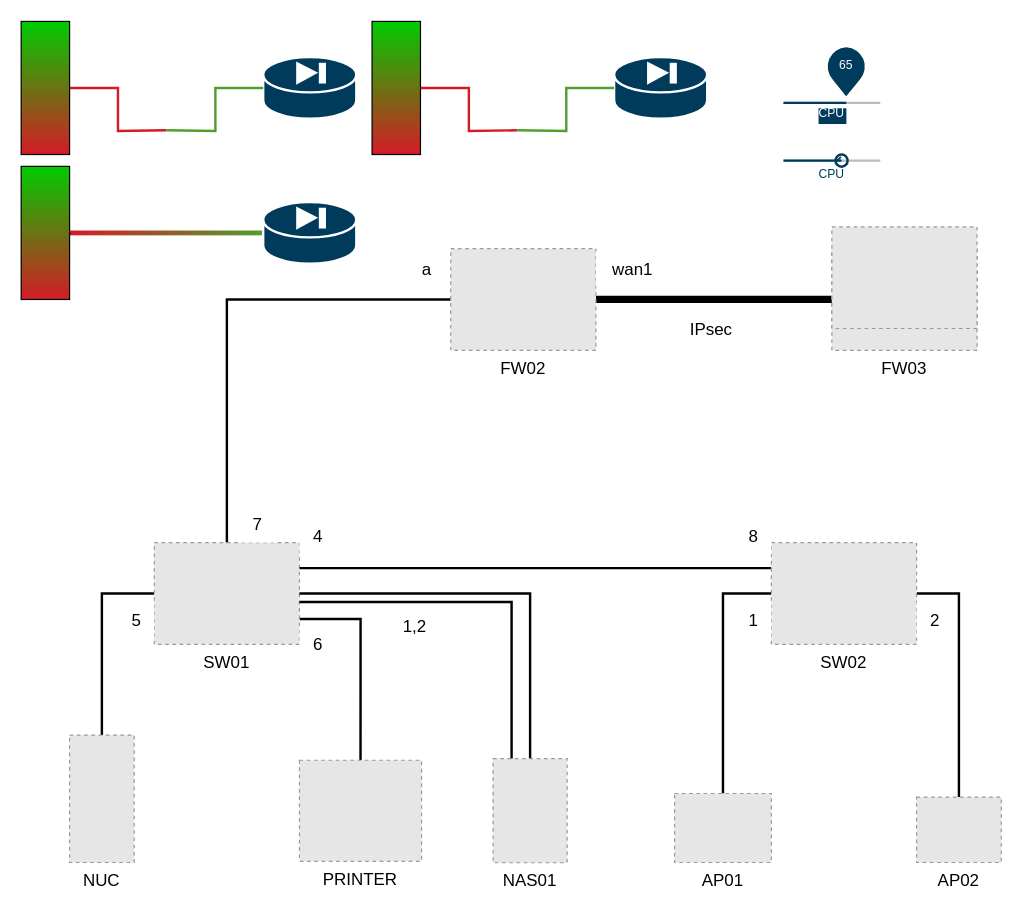
The draw.io diagram Network Topology 2_test1.drawio in Empakt/Draw.io_Stuff, before the edit. Source tidied: cells renumbered, new cells numbered last; positions are measured from the earlier drawing's top-left corner, leaving out a move shared by most shapes. Both pictures are drawn from the tidied source at 121%, with x=0, y=0 at pixel (21, 21). Pictures stored in the file or linked from it are replaced by grey dashed boxes.
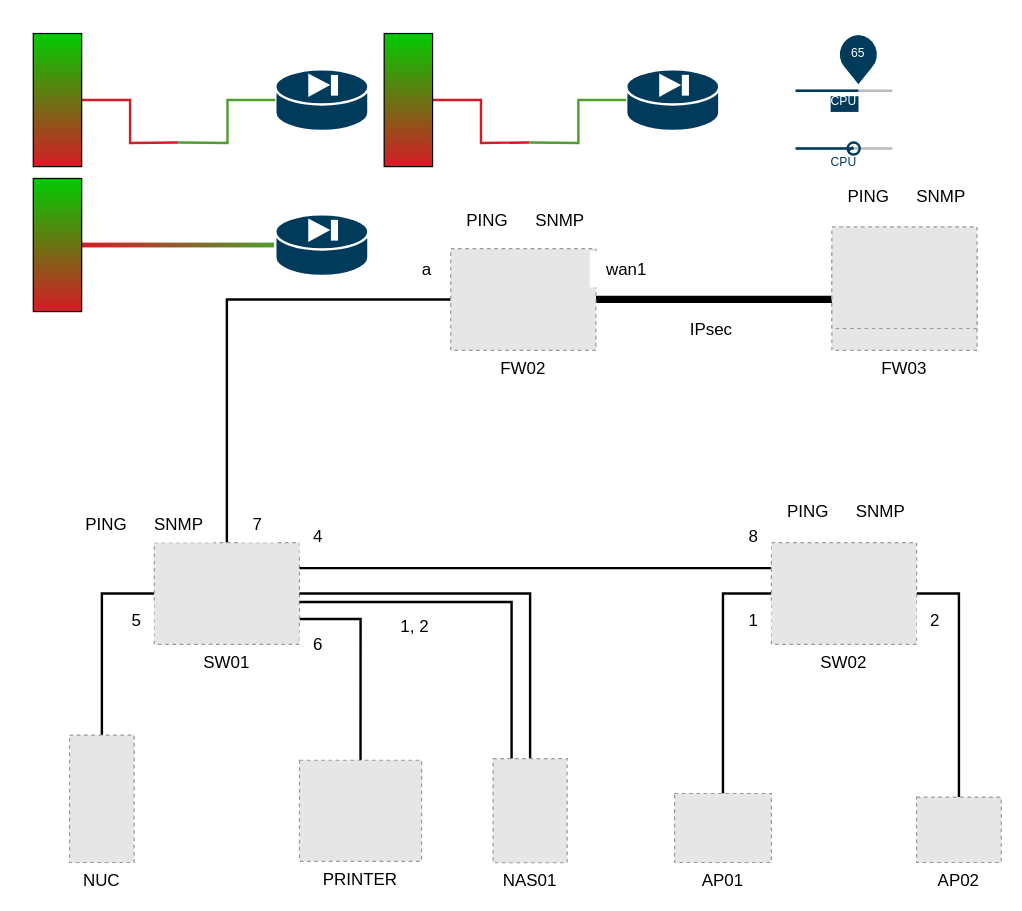
The same page after the edit.

Diff of the diagram source:
```diff
@@
-    <mxCell id="2" style="whiteSpace=wrap;html=1;gradientColor=#D51B26;fillColor=#509E2F;strokeColor=none;rotation=0;perimeter=rectanglePerimeter;fixDash=0;comic=0;gradientDirection=west;" parent="1" vertex="1">
-      <mxGeometry x="40" y="173" width="160" height="4" as="geometry" />
-    </mxCell>
@@
     <mxCell id="8" value="wan1" style="text;html=1;align=center;verticalAlign=middle;strokeColor=none;fillColor=#FFFFFF;fontSize=14;" parent="1" vertex="1">
-      <mxGeometry x="475" y="190" width="60" height="30" as="geometry" />
+      <mxGeometry x="470" y="190" width="60" height="30" as="geometry" />
     </mxCell>
@@
-    <mxCell id="26" value="1,2" style="text;html=1;align=center;verticalAlign=middle;strokeColor=none;fillColor=#FFFFFF;fontSize=14;" parent="1" vertex="1">
-      <mxGeometry x="305" y="485" width="40" height="30" as="geometry" />
+    <mxCell id="26" value="1, 2" style="text;html=1;align=center;verticalAlign=middle;strokeColor=none;fillColor=#FFFFFF;fontSize=14;" parent="1" vertex="1">
+      <mxGeometry x="300" y="485" width="50" height="30" as="geometry" />
     </mxCell>
@@
-    <mxCell id="33" style="shape=mxgraph.cisco.security.pix_firewall;sketch=0;html=1;dashed=0;fillColor=#003B5C;strokeColor=#ffffff;strokeWidth=2;verticalLabelPosition=bottom;verticalAlign=top;align=center;outlineConnect=0;" parent="1" vertex="1">
-      <mxGeometry x="200" y="29.7" width="77" height="51" as="geometry" />
-    </mxCell>
-    <mxCell id="34" style="edgeStyle=orthogonalEdgeStyle;jettySize=auto;html=1;exitX=1;exitY=0.5;exitDx=0;exitDy=0;strokeWidth=2;endArrow=none;endFill=0;sketch=0;startFill=1;flowAnimation=1;noJump=0;enumerate=0;comic=0;backgroundOutline=0;fixDash=0;rounded=0;jumpStyle=none;strokeColor=#D51B26;" parent="1" edge="1" source="35">
-      <mxGeometry relative="1" as="geometry">
-        <mxPoint x="120" y="90.2" as="targetPoint" />
-      </mxGeometry>
-    </mxCell>
-    <mxCell id="35" style="whiteSpace=wrap;html=1;gradientColor=#D51B26;fillColor=#00CC00;" parent="1" vertex="1">
-      <mxGeometry y="0.2" width="40" height="110" as="geometry" />
-    </mxCell>
+    <mxCell id="45" value="PING" style="text;html=1;align=center;verticalAlign=middle;strokeColor=none;fillColor=#FFFFFF;fontSize=14;" parent="1" vertex="1">
+      <mxGeometry x="355" y="150" width="60" height="30" as="geometry" />
+    </mxCell>
+    <mxCell id="46" value="SNMP" style="text;html=1;align=center;verticalAlign=middle;strokeColor=none;fillColor=#FFFFFF;fontSize=14;" parent="1" vertex="1">
+      <mxGeometry x="415" y="150" width="60" height="30" as="geometry" />
+    </mxCell>
+    <mxCell id="47" value="PING" style="text;html=1;align=center;verticalAlign=middle;strokeColor=none;fillColor=#FFFFFF;fontSize=14;" parent="1" vertex="1">
+      <mxGeometry x="670" y="130" width="60" height="30" as="geometry" />
+    </mxCell>
+    <mxCell id="48" value="SNMP" style="text;html=1;align=center;verticalAlign=middle;strokeColor=none;fillColor=#FFFFFF;fontSize=14;" parent="1" vertex="1">
+      <mxGeometry x="730" y="130" width="60" height="30" as="geometry" />
+    </mxCell>
+    <mxCell id="49" value="PING" style="text;html=1;align=center;verticalAlign=middle;strokeColor=none;fillColor=#FFFFFF;fontSize=14;" parent="1" vertex="1">
+      <mxGeometry x="620" y="390" width="60" height="30" as="geometry" />
+    </mxCell>
+    <mxCell id="50" value="SNMP" style="text;html=1;align=center;verticalAlign=middle;strokeColor=none;fillColor=#FFFFFF;fontSize=14;" parent="1" vertex="1">
+      <mxGeometry x="680" y="390" width="60" height="30" as="geometry" />
+    </mxCell>
+    <mxCell id="51" value="PING" style="text;html=1;align=center;verticalAlign=middle;strokeColor=none;fillColor=#FFFFFF;fontSize=14;" parent="1" vertex="1">
+      <mxGeometry x="40" y="401" width="60" height="30" as="geometry" />
+    </mxCell>
+    <mxCell id="52" value="SNMP" style="text;html=1;align=center;verticalAlign=middle;strokeColor=none;fillColor=#FFFFFF;fontSize=14;" parent="1" vertex="1">
+      <mxGeometry x="100" y="401" width="60" height="30" as="geometry" />
+    </mxCell>
+    <mxCell id="53" style="whiteSpace=wrap;html=1;gradientColor=#D51B26;fillColor=#509E2F;strokeColor=none;rotation=0;perimeter=rectanglePerimeter;fixDash=0;comic=0;gradientDirection=west;" parent="1" vertex="1">
+      <mxGeometry x="50" y="183" width="160" height="4" as="geometry" />
+    </mxCell>
+    <mxCell id="54" style="shape=mxgraph.cisco.security.pix_firewall;sketch=0;html=1;dashed=0;fillColor=#003B5C;strokeColor=#ffffff;strokeWidth=2;verticalLabelPosition=bottom;verticalAlign=top;align=center;outlineConnect=0;" parent="1" vertex="1">
+      <mxGeometry x="210" y="39.7" width="77" height="51" as="geometry" />
+    </mxCell>
+    <mxCell id="55" style="edgeStyle=orthogonalEdgeStyle;jettySize=auto;html=1;exitX=1;exitY=0.5;exitDx=0;exitDy=0;strokeWidth=2;endArrow=none;endFill=0;sketch=0;startFill=1;flowAnimation=1;noJump=0;enumerate=0;comic=0;backgroundOutline=0;fixDash=0;rounded=0;jumpStyle=none;strokeColor=#D51B26;" parent="1" edge="1" source="56">
+      <mxGeometry relative="1" as="geometry">
+        <mxPoint x="130" y="100.2" as="targetPoint" />
+      </mxGeometry>
+    </mxCell>
+    <mxCell id="56" style="whiteSpace=wrap;html=1;gradientColor=#D51B26;fillColor=#00CC00;" parent="1" vertex="1">
+      <mxGeometry x="10" y="10.2" width="40" height="110" as="geometry" />
+    </mxCell>
     <mxCell id="36" value="CPU" style="dashed=0;verticalLabelPosition=bottom;verticalAlign=top;align=center;shape=mxgraph.gmdl.sliderDiscrete;barPos=64.86;strokeColor=#003B5C;opacity=100;strokeWidth=2;fillColor=#003B5C;handleSize=10;shadow=0;fontSize=10;fontColor=#FFFFFF;rotation=0;spacingTop=14;labelBackgroundColor=#003B5C;" parent="1" vertex="1">
-      <mxGeometry x="630" y="40" width="80" height="10" as="geometry" />
+      <mxGeometry x="640" y="30" width="80" height="10" as="geometry" />
     </mxCell>
     <mxCell id="37" value="CPU" style="dashed=0;verticalLabelPosition=bottom;verticalAlign=top;align=center;shape=mxgraph.gmdl.slider2;barPos=60;strokeColor=#003B5C;opacity=100;strokeWidth=2;fillColor=#003B5C;handleSize=10;shadow=0;sketch=0;fillStyle=dashed;fontColor=#003B5C;labelBackgroundColor=none;spacingTop=-6;fontSize=10;" parent="1" vertex="1">
-      <mxGeometry x="630" y="110.5" width="80" height="9.5" as="geometry" />
+      <mxGeometry x="640" y="100.5" width="80" height="9.5" as="geometry" />
     </mxCell>
-    <mxCell id="38" style="edgeStyle=orthogonalEdgeStyle;rounded=0;jettySize=auto;html=1;strokeWidth=2;endArrow=none;endFill=0;sketch=0;startFill=1;flowAnimation=1;noJump=0;enumerate=0;comic=0;backgroundOutline=0;fixDash=0;entryX=0;entryY=0.5;entryDx=0;entryDy=0;entryPerimeter=0;strokeColor=#509E2F;anchorPointDirection=1;" parent="1" edge="1" target="33">
-      <mxGeometry relative="1" as="geometry">
-        <mxPoint x="120" y="90.2" as="sourcePoint" />
-      </mxGeometry>
-    </mxCell>
-    <mxCell id="39" style="shape=mxgraph.cisco.security.pix_firewall;sketch=0;html=1;dashed=0;fillColor=#003B5C;strokeColor=#ffffff;strokeWidth=2;verticalLabelPosition=bottom;verticalAlign=top;align=center;outlineConnect=0;" parent="1" vertex="1">
-      <mxGeometry x="490" y="29.7" width="77" height="51" as="geometry" />
-    </mxCell>
-    <mxCell id="40" style="edgeStyle=orthogonalEdgeStyle;jettySize=auto;html=1;exitX=1;exitY=0.5;exitDx=0;exitDy=0;strokeWidth=2;endArrow=none;endFill=0;sketch=0;startFill=1;flowAnimation=0;noJump=0;enumerate=0;comic=0;backgroundOutline=0;fixDash=0;rounded=0;jumpStyle=none;strokeColor=#D51B26;" parent="1" edge="1" source="41">
-      <mxGeometry relative="1" as="geometry">
-        <mxPoint x="410" y="90.2" as="targetPoint" />
-      </mxGeometry>
-    </mxCell>
-    <mxCell id="41" style="whiteSpace=wrap;html=1;gradientColor=#D51B26;fillColor=#00CC00;" parent="1" vertex="1">
-      <mxGeometry x="290" y="0.2" width="40" height="110" as="geometry" />
-    </mxCell>
-    <mxCell id="42" style="edgeStyle=orthogonalEdgeStyle;rounded=0;jettySize=auto;html=1;strokeWidth=2;endArrow=none;endFill=0;sketch=0;startFill=1;flowAnimation=0;noJump=0;enumerate=0;comic=0;backgroundOutline=0;fixDash=0;entryX=0;entryY=0.5;entryDx=0;entryDy=0;entryPerimeter=0;strokeColor=#509E2F;anchorPointDirection=1;" parent="1" edge="1" target="39">
-      <mxGeometry relative="1" as="geometry">
-        <mxPoint x="410" y="90.2" as="sourcePoint" />
-      </mxGeometry>
-    </mxCell>
-    <mxCell id="43" style="shape=mxgraph.cisco.security.pix_firewall;sketch=0;html=1;dashed=0;fillColor=#003B5C;strokeColor=#ffffff;strokeWidth=2;verticalLabelPosition=bottom;verticalAlign=top;align=center;" parent="1" vertex="1">
-      <mxGeometry x="200" y="149.5" width="77" height="51" as="geometry" />
-    </mxCell>
-    <mxCell id="44" style="whiteSpace=wrap;html=1;gradientColor=#D51B26;fillColor=#00CC00;" parent="1" vertex="1">
-      <mxGeometry y="120" width="40" height="110" as="geometry" />
-    </mxCell>
+    <mxCell id="57" style="edgeStyle=orthogonalEdgeStyle;rounded=0;jettySize=auto;html=1;strokeWidth=2;endArrow=none;endFill=0;sketch=0;startFill=1;flowAnimation=1;noJump=0;enumerate=0;comic=0;backgroundOutline=0;fixDash=0;entryX=0;entryY=0.5;entryDx=0;entryDy=0;entryPerimeter=0;strokeColor=#509E2F;anchorPointDirection=1;" parent="1" edge="1" target="54">
+      <mxGeometry relative="1" as="geometry">
+        <mxPoint x="130" y="100.2" as="sourcePoint" />
+      </mxGeometry>
+    </mxCell>
+    <mxCell id="58" style="shape=mxgraph.cisco.security.pix_firewall;sketch=0;html=1;dashed=0;fillColor=#003B5C;strokeColor=#ffffff;strokeWidth=2;verticalLabelPosition=bottom;verticalAlign=top;align=center;outlineConnect=0;" parent="1" vertex="1">
+      <mxGeometry x="500" y="39.7" width="77" height="51" as="geometry" />
+    </mxCell>
+    <mxCell id="59" style="edgeStyle=orthogonalEdgeStyle;jettySize=auto;html=1;exitX=1;exitY=0.5;exitDx=0;exitDy=0;strokeWidth=2;endArrow=none;endFill=0;sketch=0;startFill=1;flowAnimation=0;noJump=0;enumerate=0;comic=0;backgroundOutline=0;fixDash=0;rounded=0;jumpStyle=none;strokeColor=#D51B26;" parent="1" edge="1" source="60">
+      <mxGeometry relative="1" as="geometry">
+        <mxPoint x="420" y="100.2" as="targetPoint" />
+      </mxGeometry>
+    </mxCell>
+    <mxCell id="60" style="whiteSpace=wrap;html=1;gradientColor=#D51B26;fillColor=#00CC00;" parent="1" vertex="1">
+      <mxGeometry x="300" y="10.2" width="40" height="110" as="geometry" />
+    </mxCell>
+    <mxCell id="61" style="edgeStyle=orthogonalEdgeStyle;rounded=0;jettySize=auto;html=1;strokeWidth=2;endArrow=none;endFill=0;sketch=0;startFill=1;flowAnimation=0;noJump=0;enumerate=0;comic=0;backgroundOutline=0;fixDash=0;entryX=0;entryY=0.5;entryDx=0;entryDy=0;entryPerimeter=0;strokeColor=#509E2F;anchorPointDirection=1;" parent="1" edge="1" target="58">
+      <mxGeometry relative="1" as="geometry">
+        <mxPoint x="420" y="100.2" as="sourcePoint" />
+      </mxGeometry>
+    </mxCell>
+    <mxCell id="62" style="shape=mxgraph.cisco.security.pix_firewall;sketch=0;html=1;dashed=0;fillColor=#003B5C;strokeColor=#ffffff;strokeWidth=2;verticalLabelPosition=bottom;verticalAlign=top;align=center;" parent="1" vertex="1">
+      <mxGeometry x="210" y="159.5" width="77" height="51" as="geometry" />
+    </mxCell>
+    <mxCell id="63" style="whiteSpace=wrap;html=1;gradientColor=#D51B26;fillColor=#00CC00;" parent="1" vertex="1">
+      <mxGeometry x="10" y="130" width="40" height="110" as="geometry" />
+    </mxCell>
```
